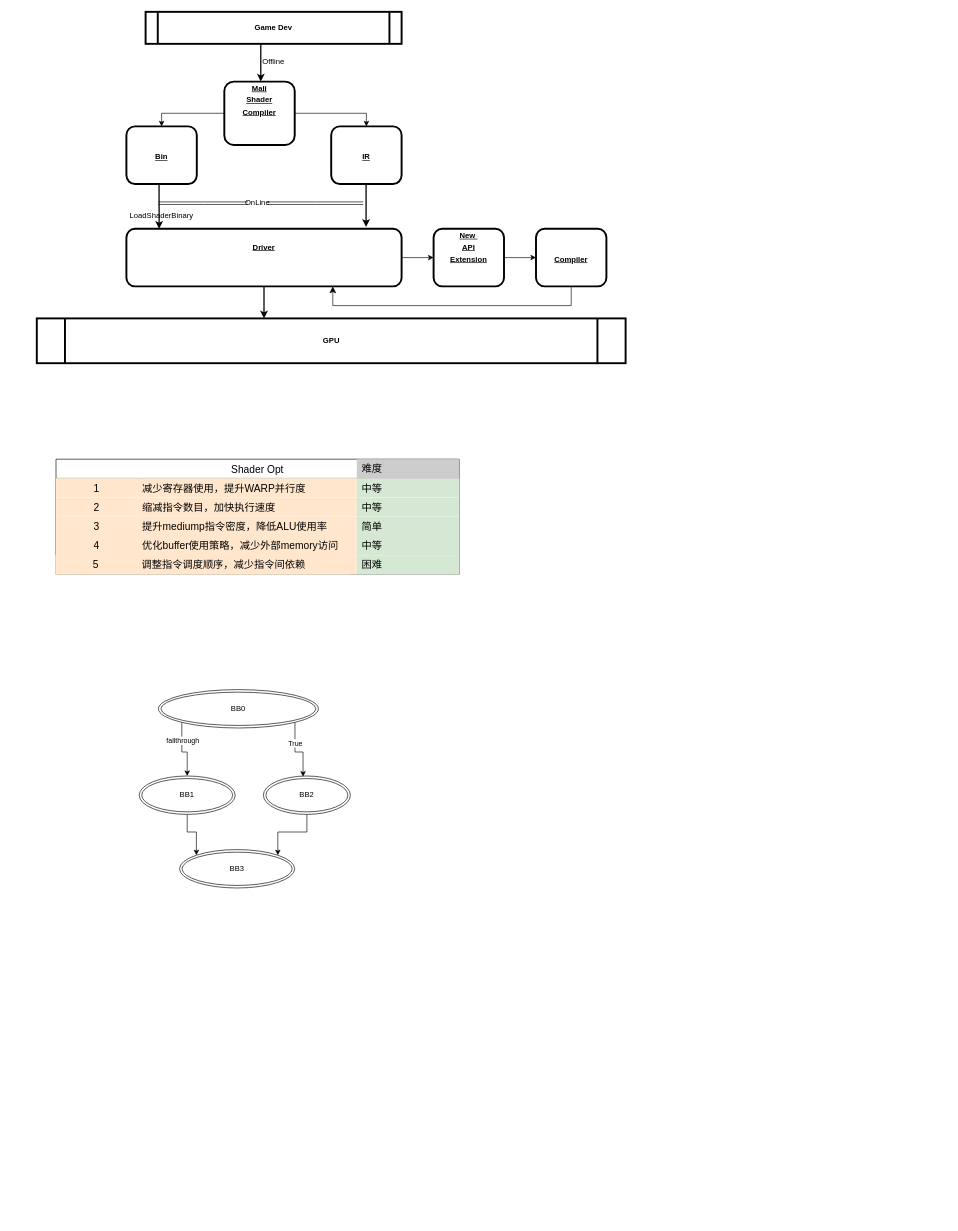
Earlier version of the draw.io diagram gpu_comp.drawio (COthello/mesadoc). Source tidied: cells renumbered, new cells numbered last; positions are measured from the earlier drawing's top-left corner, leaving out a move shared by most shapes. Both pictures are drawn from the tidied source at 64%, with x=0, y=0 at pixel (36, 12).
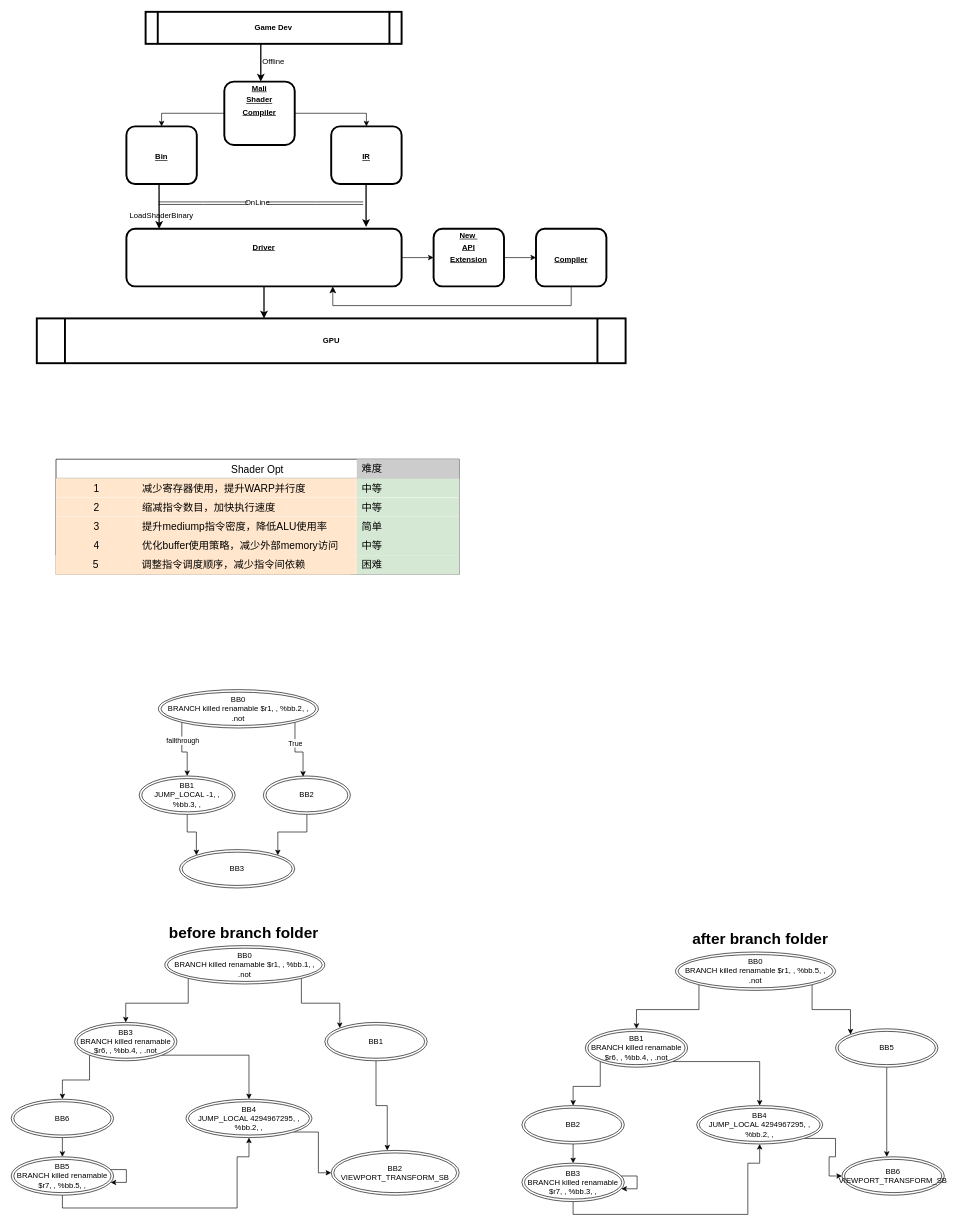
The same page after the edit.

Diff of the diagram source:
```diff
@@
-    <mxCell id="53" value="BB0" style="ellipse;shape=doubleEllipse;whiteSpace=wrap;html=1;" parent="1" vertex="1">
+    <mxCell id="53" value="BB0&lt;br&gt;BRANCH killed renamable $r1, , %bb.2, , .not" style="ellipse;shape=doubleEllipse;whiteSpace=wrap;html=1;" parent="1" vertex="1">
       <mxGeometry x="190" y="1059" width="250" height="60" as="geometry" />
     </mxCell>
@@
-    <mxCell id="55" value="BB1" style="ellipse;shape=doubleEllipse;whiteSpace=wrap;html=1;" parent="1" vertex="1">
+    <mxCell id="55" value="BB1&lt;br&gt;JUMP_LOCAL -1, , %bb.3, ," style="ellipse;shape=doubleEllipse;whiteSpace=wrap;html=1;" parent="1" vertex="1">
       <mxGeometry x="160" y="1194" width="150" height="60" as="geometry" />
     </mxCell>
@@
+    <mxCell id="59" style="edgeStyle=orthogonalEdgeStyle;rounded=0;jettySize=auto;html=1;exitX=0;exitY=1;exitDx=0;exitDy=0;" parent="1" edge="1" source="61" target="64">
+      <mxGeometry relative="1" as="geometry" />
+    </mxCell>
+    <mxCell id="60" style="edgeStyle=orthogonalEdgeStyle;rounded=0;jettySize=auto;html=1;exitX=1;exitY=1;exitDx=0;exitDy=0;entryX=0;entryY=0;entryDx=0;entryDy=0;" parent="1" edge="1" source="61" target="66">
+      <mxGeometry relative="1" as="geometry" />
+    </mxCell>
+    <mxCell id="61" value="BB0&lt;br&gt;BRANCH killed renamable $r1, , %bb.1, , .not" style="ellipse;shape=doubleEllipse;whiteSpace=wrap;html=1;" parent="1" vertex="1">
+      <mxGeometry x="200" y="1459" width="250" height="60" as="geometry" />
+    </mxCell>
+    <mxCell id="62" style="edgeStyle=orthogonalEdgeStyle;rounded=0;jettySize=auto;html=1;exitX=0;exitY=1;exitDx=0;exitDy=0;" parent="1" edge="1" source="64" target="68">
+      <mxGeometry relative="1" as="geometry" />
+    </mxCell>
+    <mxCell id="63" style="edgeStyle=orthogonalEdgeStyle;rounded=0;jettySize=auto;html=1;exitX=1;exitY=1;exitDx=0;exitDy=0;" parent="1" edge="1" source="64" target="70">
+      <mxGeometry relative="1" as="geometry" />
+    </mxCell>
+    <mxCell id="64" value="BB3&lt;br&gt;BRANCH killed renamable $r6, , %bb.4, , .not" style="ellipse;shape=doubleEllipse;whiteSpace=wrap;html=1;" parent="1" vertex="1">
+      <mxGeometry x="59" y="1579" width="160" height="60" as="geometry" />
+    </mxCell>
+    <mxCell id="65" style="edgeStyle=orthogonalEdgeStyle;rounded=0;jettySize=auto;html=1;entryX=0.438;entryY=0;entryDx=0;entryDy=0;entryPerimeter=0;" parent="1" edge="1" source="66" target="73">
+      <mxGeometry relative="1" as="geometry" />
+    </mxCell>
+    <mxCell id="66" value="BB1" style="ellipse;shape=doubleEllipse;whiteSpace=wrap;html=1;" parent="1" vertex="1">
+      <mxGeometry x="450" y="1579" width="160" height="60" as="geometry" />
+    </mxCell>
+    <mxCell id="67" style="edgeStyle=orthogonalEdgeStyle;rounded=0;jettySize=auto;html=1;exitX=0.5;exitY=1;exitDx=0;exitDy=0;entryX=0.5;entryY=0;entryDx=0;entryDy=0;" parent="1" edge="1" source="68" target="72">
+      <mxGeometry relative="1" as="geometry" />
+    </mxCell>
+    <mxCell id="68" value="BB6" style="ellipse;shape=doubleEllipse;whiteSpace=wrap;html=1;" parent="1" vertex="1">
+      <mxGeometry x="-40" y="1699" width="160" height="60" as="geometry" />
+    </mxCell>
+    <mxCell id="69" style="edgeStyle=orthogonalEdgeStyle;rounded=0;jettySize=auto;html=1;exitX=1;exitY=1;exitDx=0;exitDy=0;entryX=0;entryY=0.5;entryDx=0;entryDy=0;" parent="1" edge="1" source="70" target="73">
+      <mxGeometry relative="1" as="geometry">
+        <Array as="points">
+          <mxPoint x="440" y="1750" />
+          <mxPoint x="440" y="1814" />
+        </Array>
+      </mxGeometry>
+    </mxCell>
+    <mxCell id="70" value="BB4&lt;br&gt;JUMP_LOCAL 4294967295, , %bb.2, ," style="ellipse;shape=doubleEllipse;whiteSpace=wrap;html=1;" parent="1" vertex="1">
+      <mxGeometry x="233" y="1699" width="197" height="60" as="geometry" />
+    </mxCell>
+    <mxCell id="71" style="edgeStyle=orthogonalEdgeStyle;rounded=0;jettySize=auto;html=1;exitX=0.5;exitY=1;exitDx=0;exitDy=0;entryX=0.5;entryY=1;entryDx=0;entryDy=0;" parent="1" edge="1" source="72" target="70">
+      <mxGeometry relative="1" as="geometry">
+        <Array as="points">
+          <mxPoint x="40" y="1869" />
+          <mxPoint x="313" y="1869" />
+          <mxPoint x="313" y="1789" />
+          <mxPoint x="332" y="1789" />
+        </Array>
+      </mxGeometry>
+    </mxCell>
+    <mxCell id="72" value="BB5&lt;br&gt;BRANCH killed renamable $r7, , %bb.5, ," style="ellipse;shape=doubleEllipse;whiteSpace=wrap;html=1;" parent="1" vertex="1">
+      <mxGeometry x="-40" y="1789" width="160" height="60" as="geometry" />
+    </mxCell>
+    <mxCell id="73" value="BB2&lt;br&gt;VIEWPORT_TRANSFORM_SB" style="ellipse;shape=doubleEllipse;whiteSpace=wrap;html=1;" parent="1" vertex="1">
+      <mxGeometry x="460" y="1779" width="200" height="70" as="geometry" />
+    </mxCell>
+    <mxCell id="74" style="edgeStyle=orthogonalEdgeStyle;rounded=0;orthogonalLoop=1;jettySize=auto;html=1;" parent="1" edge="1" source="72" target="72">
+      <mxGeometry relative="1" as="geometry" />
+    </mxCell>
+    <mxCell id="75" value="before branch folder" style="text;strokeColor=none;fillColor=none;html=1;fontSize=24;fontStyle=1;verticalAlign=middle;align=center;" parent="1" vertex="1">
+      <mxGeometry x="273" y="1419" width="100" height="40" as="geometry" />
+    </mxCell>
+    <mxCell id="76" value="after branch folder" style="text;strokeColor=none;fillColor=none;html=1;fontSize=24;fontStyle=1;verticalAlign=middle;align=center;" parent="1" vertex="1">
+      <mxGeometry x="1079.5" y="1429" width="100" height="40" as="geometry" />
+    </mxCell>
+    <mxCell id="77" style="edgeStyle=orthogonalEdgeStyle;rounded=0;jettySize=auto;html=1;exitX=0;exitY=1;exitDx=0;exitDy=0;" parent="1" edge="1" source="79" target="82">
+      <mxGeometry relative="1" as="geometry" />
+    </mxCell>
+    <mxCell id="78" style="edgeStyle=orthogonalEdgeStyle;rounded=0;jettySize=auto;html=1;exitX=1;exitY=1;exitDx=0;exitDy=0;entryX=0;entryY=0;entryDx=0;entryDy=0;" parent="1" edge="1" source="79" target="84">
+      <mxGeometry relative="1" as="geometry" />
+    </mxCell>
+    <mxCell id="79" value="BB0&lt;br&gt;BRANCH killed renamable $r1, , %bb.5, , .not" style="ellipse;shape=doubleEllipse;whiteSpace=wrap;html=1;" parent="1" vertex="1">
+      <mxGeometry x="998" y="1469" width="250" height="60" as="geometry" />
+    </mxCell>
+    <mxCell id="80" style="edgeStyle=orthogonalEdgeStyle;rounded=0;jettySize=auto;html=1;exitX=0;exitY=1;exitDx=0;exitDy=0;" parent="1" edge="1" source="82" target="86">
+      <mxGeometry relative="1" as="geometry" />
+    </mxCell>
+    <mxCell id="81" style="edgeStyle=orthogonalEdgeStyle;rounded=0;jettySize=auto;html=1;exitX=1;exitY=1;exitDx=0;exitDy=0;" parent="1" edge="1" source="82" target="88">
+      <mxGeometry relative="1" as="geometry" />
+    </mxCell>
+    <mxCell id="82" value="BB1&lt;br&gt;BRANCH killed renamable $r6, , %bb.4, , .not" style="ellipse;shape=doubleEllipse;whiteSpace=wrap;html=1;" parent="1" vertex="1">
+      <mxGeometry x="857" y="1589" width="160" height="60" as="geometry" />
+    </mxCell>
+    <mxCell id="83" style="edgeStyle=orthogonalEdgeStyle;rounded=0;jettySize=auto;html=1;entryX=0.438;entryY=0;entryDx=0;entryDy=0;entryPerimeter=0;" parent="1" edge="1" source="84" target="91">
+      <mxGeometry relative="1" as="geometry" />
+    </mxCell>
+    <mxCell id="84" value="BB5" style="ellipse;shape=doubleEllipse;whiteSpace=wrap;html=1;" parent="1" vertex="1">
+      <mxGeometry x="1248" y="1589" width="160" height="60" as="geometry" />
+    </mxCell>
+    <mxCell id="85" style="edgeStyle=orthogonalEdgeStyle;rounded=0;jettySize=auto;html=1;exitX=0.5;exitY=1;exitDx=0;exitDy=0;entryX=0.5;entryY=0;entryDx=0;entryDy=0;" parent="1" edge="1" source="86" target="90">
+      <mxGeometry relative="1" as="geometry" />
+    </mxCell>
+    <mxCell id="86" value="BB2" style="ellipse;shape=doubleEllipse;whiteSpace=wrap;html=1;" parent="1" vertex="1">
+      <mxGeometry x="758" y="1709" width="160" height="60" as="geometry" />
+    </mxCell>
+    <mxCell id="87" style="edgeStyle=orthogonalEdgeStyle;rounded=0;jettySize=auto;html=1;exitX=1;exitY=1;exitDx=0;exitDy=0;entryX=0;entryY=0.5;entryDx=0;entryDy=0;" parent="1" edge="1" source="88" target="91">
+      <mxGeometry relative="1" as="geometry" />
+    </mxCell>
+    <mxCell id="88" value="BB4&lt;br&gt;JUMP_LOCAL 4294967295, , %bb.2, ," style="ellipse;shape=doubleEllipse;whiteSpace=wrap;html=1;" parent="1" vertex="1">
+      <mxGeometry x="1031" y="1709" width="197" height="60" as="geometry" />
+    </mxCell>
+    <mxCell id="89" style="edgeStyle=orthogonalEdgeStyle;rounded=0;jettySize=auto;html=1;exitX=0.5;exitY=1;exitDx=0;exitDy=0;entryX=0.5;entryY=1;entryDx=0;entryDy=0;" parent="1" edge="1" source="90" target="88">
+      <mxGeometry relative="1" as="geometry">
+        <Array as="points">
+          <mxPoint x="838" y="1879" />
+          <mxPoint x="1111" y="1879" />
+          <mxPoint x="1111" y="1799" />
+          <mxPoint x="1130" y="1799" />
+        </Array>
+      </mxGeometry>
+    </mxCell>
+    <mxCell id="90" value="BB3&lt;br&gt;BRANCH killed renamable $r7, , %bb.3, ," style="ellipse;shape=doubleEllipse;whiteSpace=wrap;html=1;" parent="1" vertex="1">
+      <mxGeometry x="758" y="1799" width="160" height="60" as="geometry" />
+    </mxCell>
+    <mxCell id="91" value="BB6&lt;br&gt;VIEWPORT_TRANSFORM_SB" style="ellipse;shape=doubleEllipse;whiteSpace=wrap;html=1;" parent="1" vertex="1">
+      <mxGeometry x="1258" y="1789" width="160" height="60" as="geometry" />
+    </mxCell>
+    <mxCell id="92" style="edgeStyle=orthogonalEdgeStyle;rounded=0;orthogonalLoop=1;jettySize=auto;html=1;" parent="1" edge="1" source="90" target="90">
+      <mxGeometry relative="1" as="geometry" />
+    </mxCell>
```
